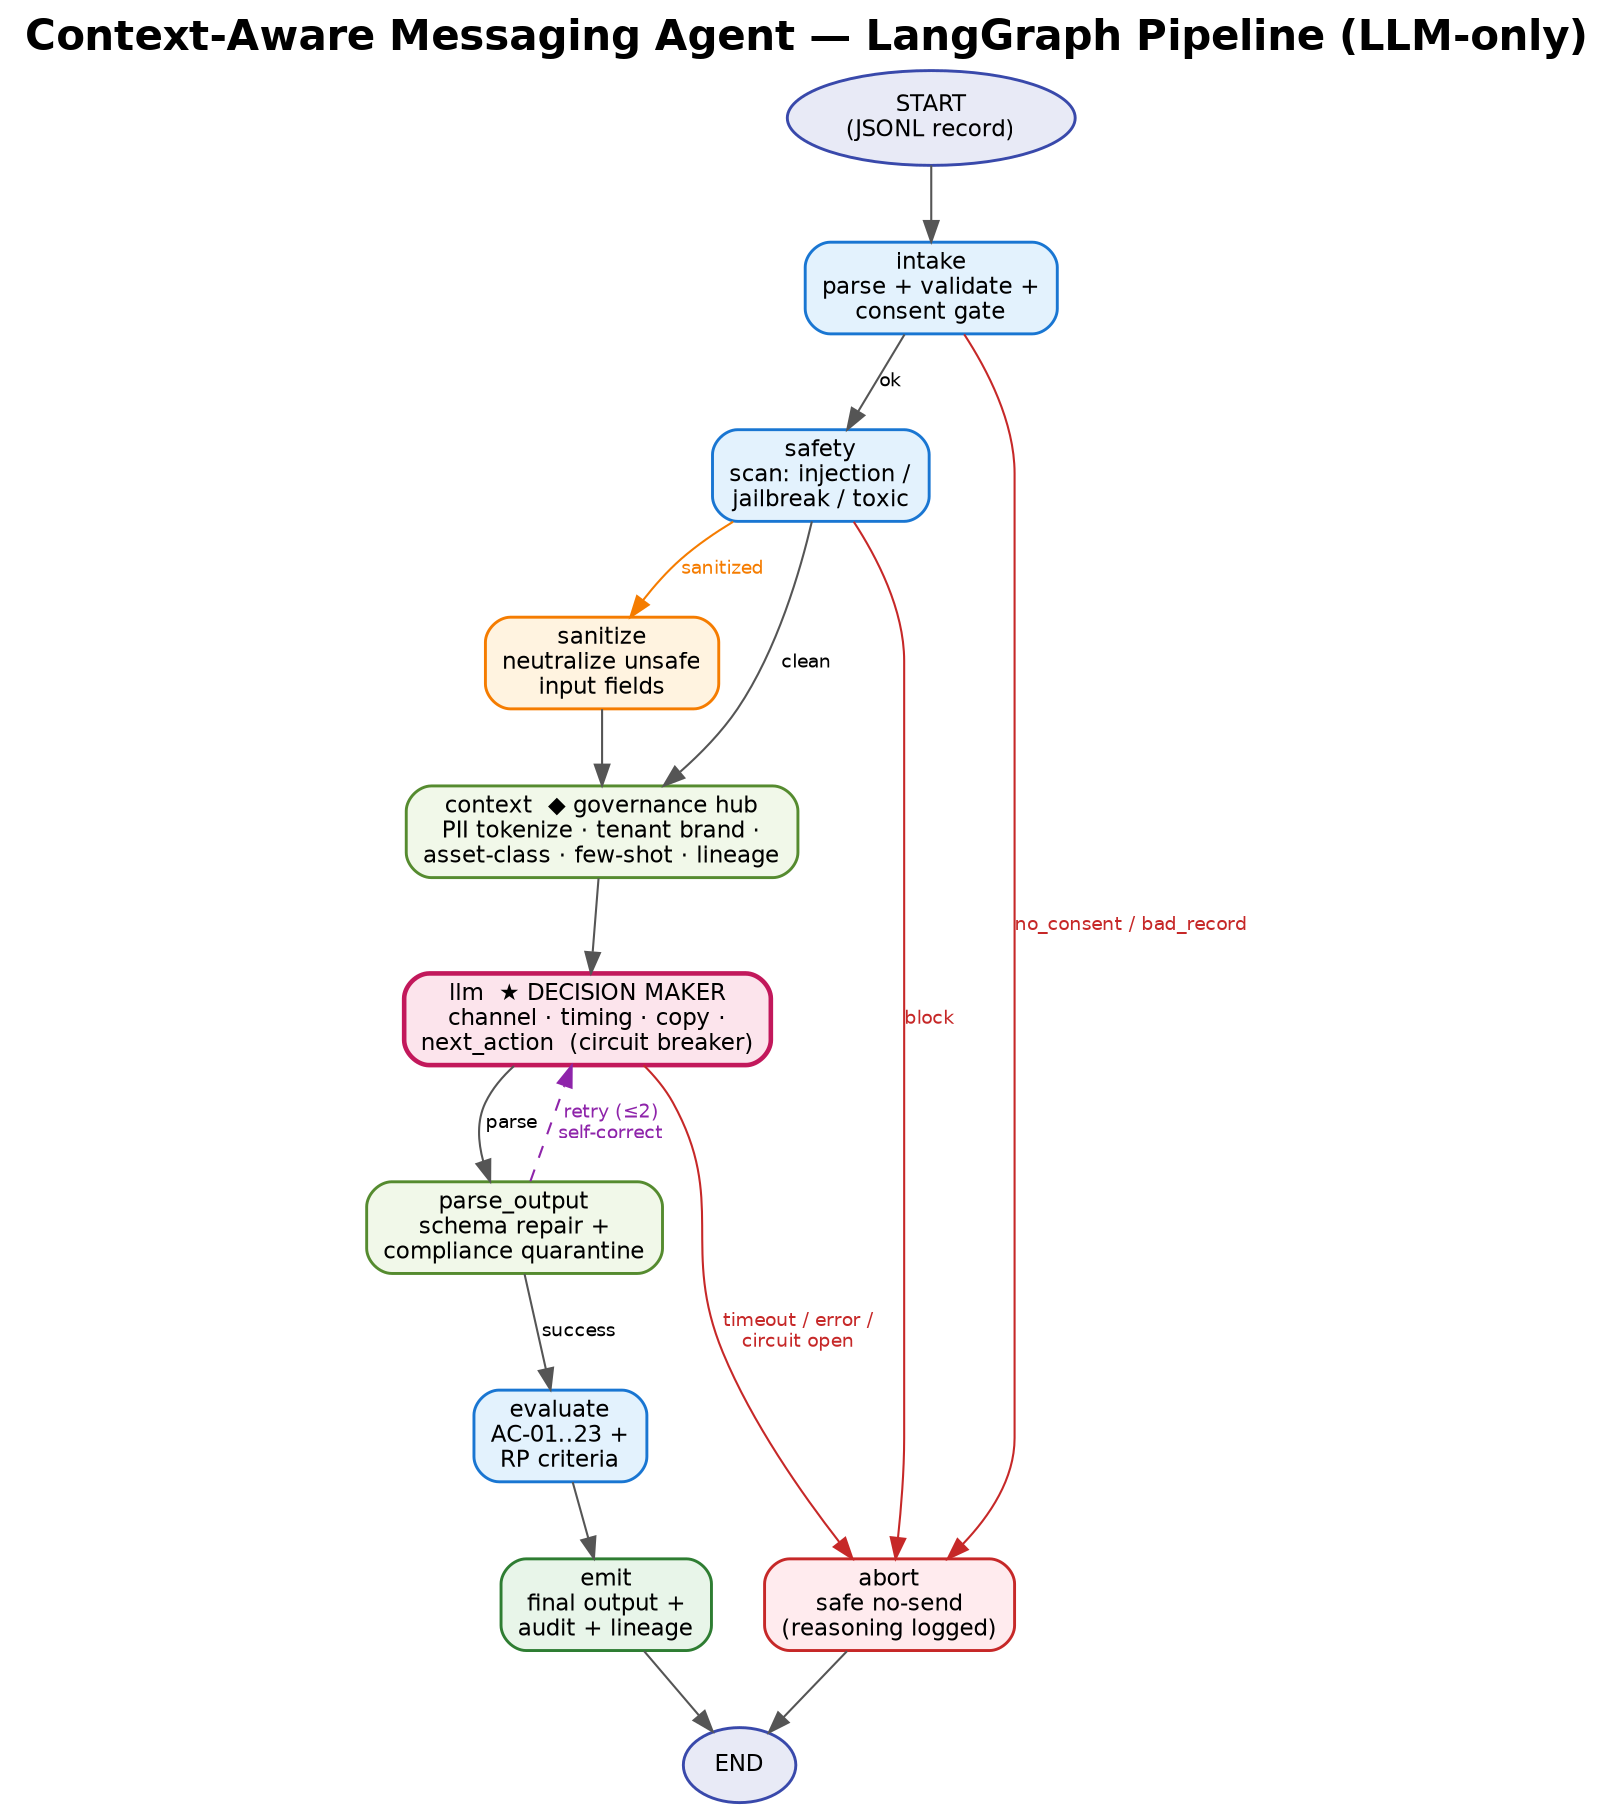
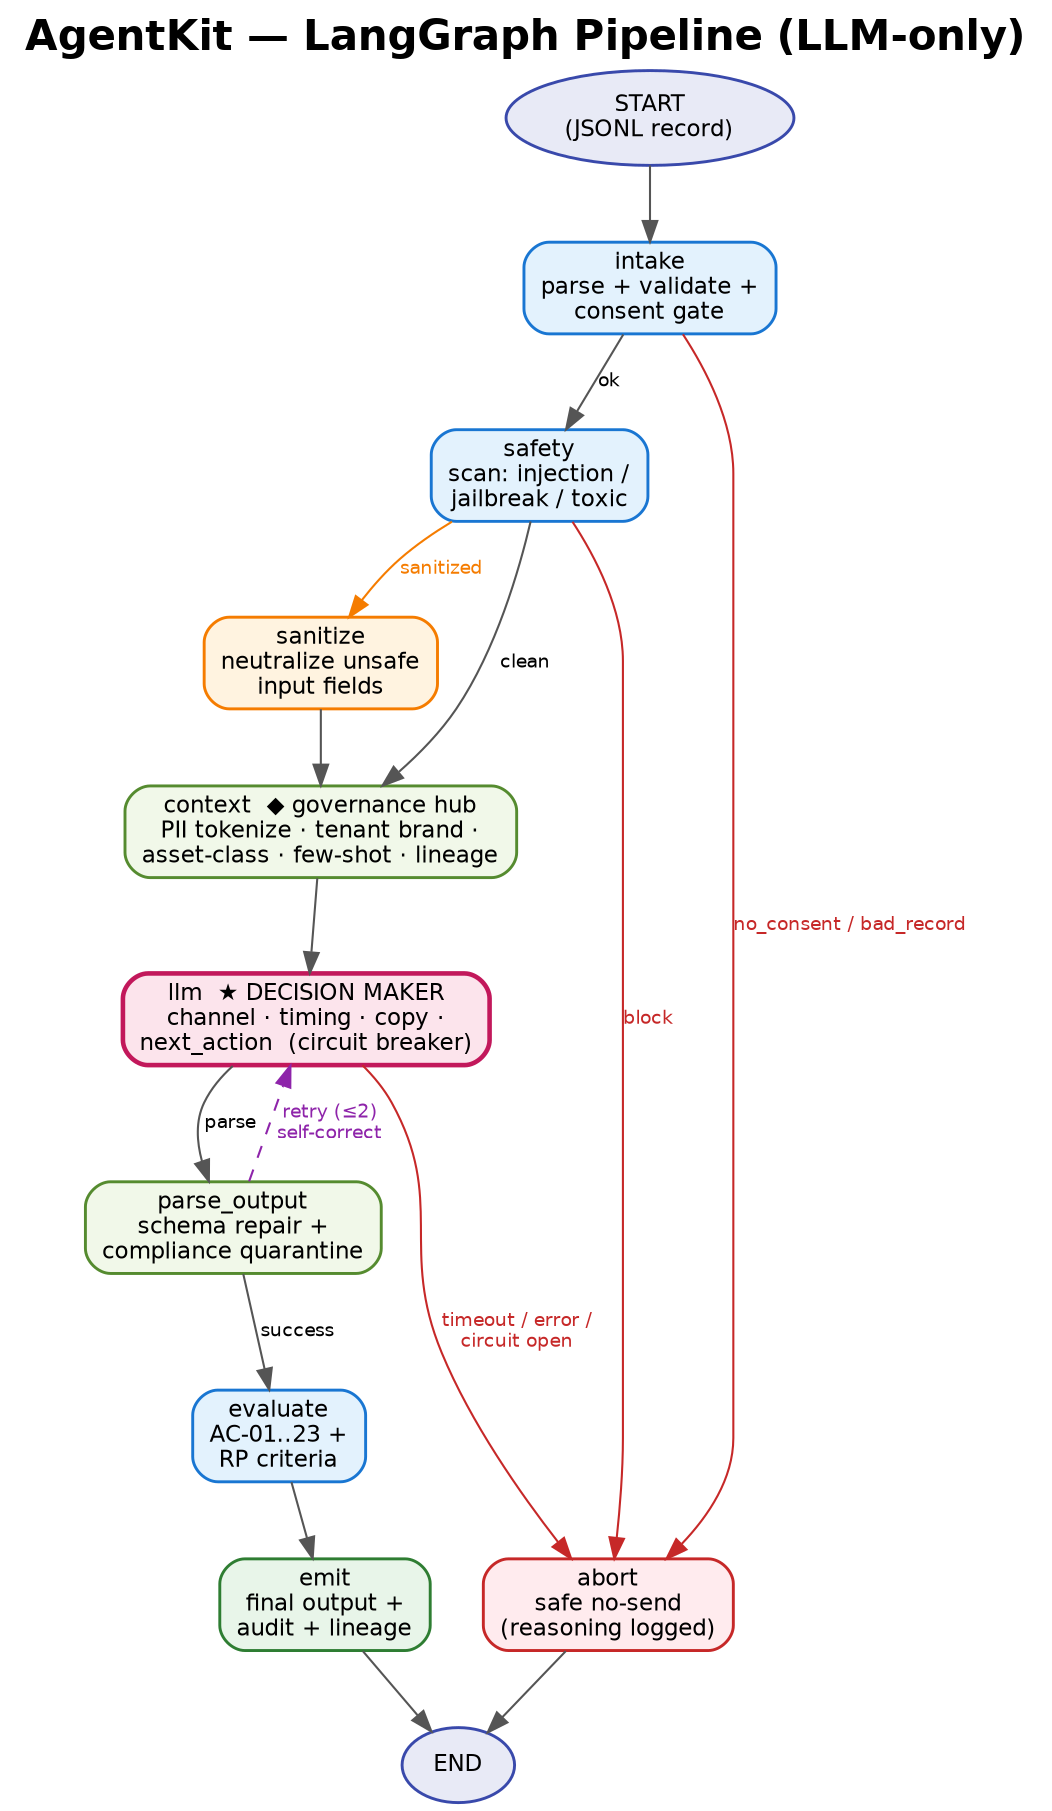
digraph pipeline {
  rankdir=TB;
  bgcolor="white";
  labelloc="t";
  fontname="Helvetica-Bold";
  fontsize=20;
-   label="Context-Aware Messaging Agent — LangGraph Pipeline (LLM-only)";
+   label="AgentKit — LangGraph Pipeline (LLM-only)";
  node [fontname="Helvetica", fontsize=11, style="filled,rounded", shape=box, penwidth=1.4];
  edge [fontname="Helvetica", fontsize=9, color="#555555"];

  start  [label="START\n(JSONL record)", shape=oval, fillcolor="#E8EAF6", color="#3949AB"];
  intake [label="intake\nparse + validate +\nconsent gate", fillcolor="#E3F2FD", color="#1976D2"];
  safety [label="safety\nscan: injection /\njailbreak / toxic", fillcolor="#E3F2FD", color="#1976D2"];
  sanitize [label="sanitize\nneutralize unsafe\ninput fields", fillcolor="#FFF3E0", color="#F57C00"];
  context [label="context  ◆ governance hub\nPII tokenize · tenant brand ·\nasset-class · few-shot · lineage", fillcolor="#F1F8E9", color="#558B2F"];
  llm    [label="llm  ★ DECISION MAKER\nchannel · timing · copy ·\nnext_action  (circuit breaker)", fillcolor="#FCE4EC", color="#C2185B", penwidth=2.2];
  parse  [label="parse_output\nschema repair +\ncompliance quarantine", fillcolor="#F1F8E9", color="#558B2F"];
  evaluate [label="evaluate\nAC-01..23 +\nRP criteria", fillcolor="#E3F2FD", color="#1976D2"];
  emit   [label="emit\nfinal output +\naudit + lineage", fillcolor="#E8F5E9", color="#2E7D32"];
  abort  [label="abort\nsafe no-send\n(reasoning logged)", fillcolor="#FFEBEE", color="#C62828"];
  done   [label="END", shape=oval, fillcolor="#E8EAF6", color="#3949AB"];

  start -> intake;
  intake -> safety   [label="ok"];
  intake -> abort    [label="no_consent / bad_record", color="#C62828", fontcolor="#C62828"];
  safety -> context  [label="clean"];
  safety -> sanitize [label="sanitized", color="#F57C00", fontcolor="#F57C00"];
  safety -> abort    [label="block", color="#C62828", fontcolor="#C62828"];
  sanitize -> context;
  context -> llm;
  llm -> parse       [label="parse"];
  llm -> abort       [label="timeout / error /\ncircuit open", color="#C62828", fontcolor="#C62828"];
  parse -> evaluate  [label="success"];
  parse -> llm       [label="retry (≤2)\nself-correct", style=dashed, color="#8E24AA", fontcolor="#8E24AA"];
  evaluate -> emit;
  emit -> done;
  abort -> done;

  { rank=same; emit; abort; }
}
